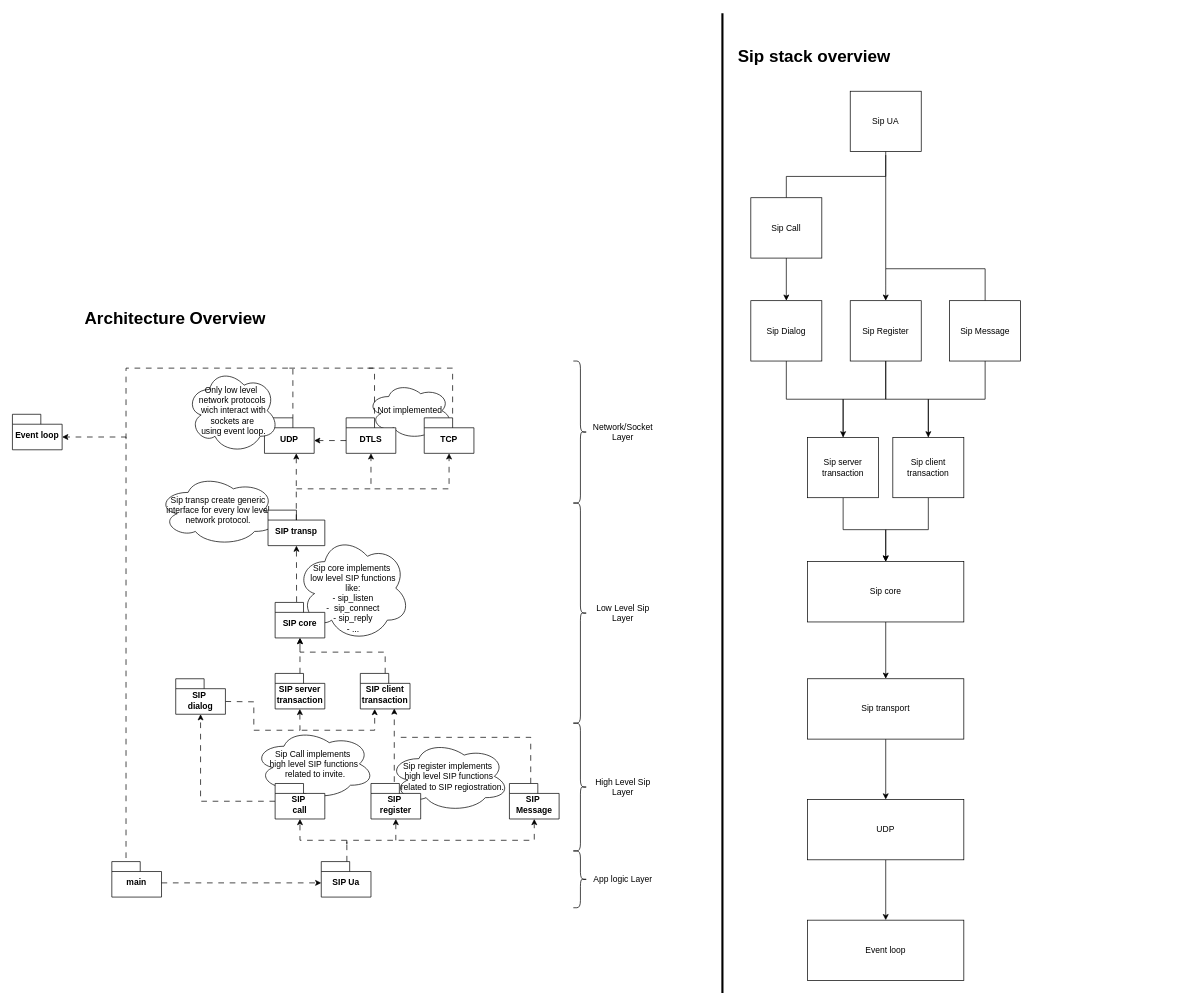
Earlier version of the draw.io diagram page "Architecture overview" (1 of 2) of docs/architecture.drawio (KubaTaba1uga/c_minilib_sip_ua). Source tidied: cells renumbered, new cells numbered last; positions are measured from the earlier drawing's top-left corner, leaving out a move shared by most shapes. Both pictures are drawn from the tidied source at 71%, with x=0, y=0 at pixel (12, 13).
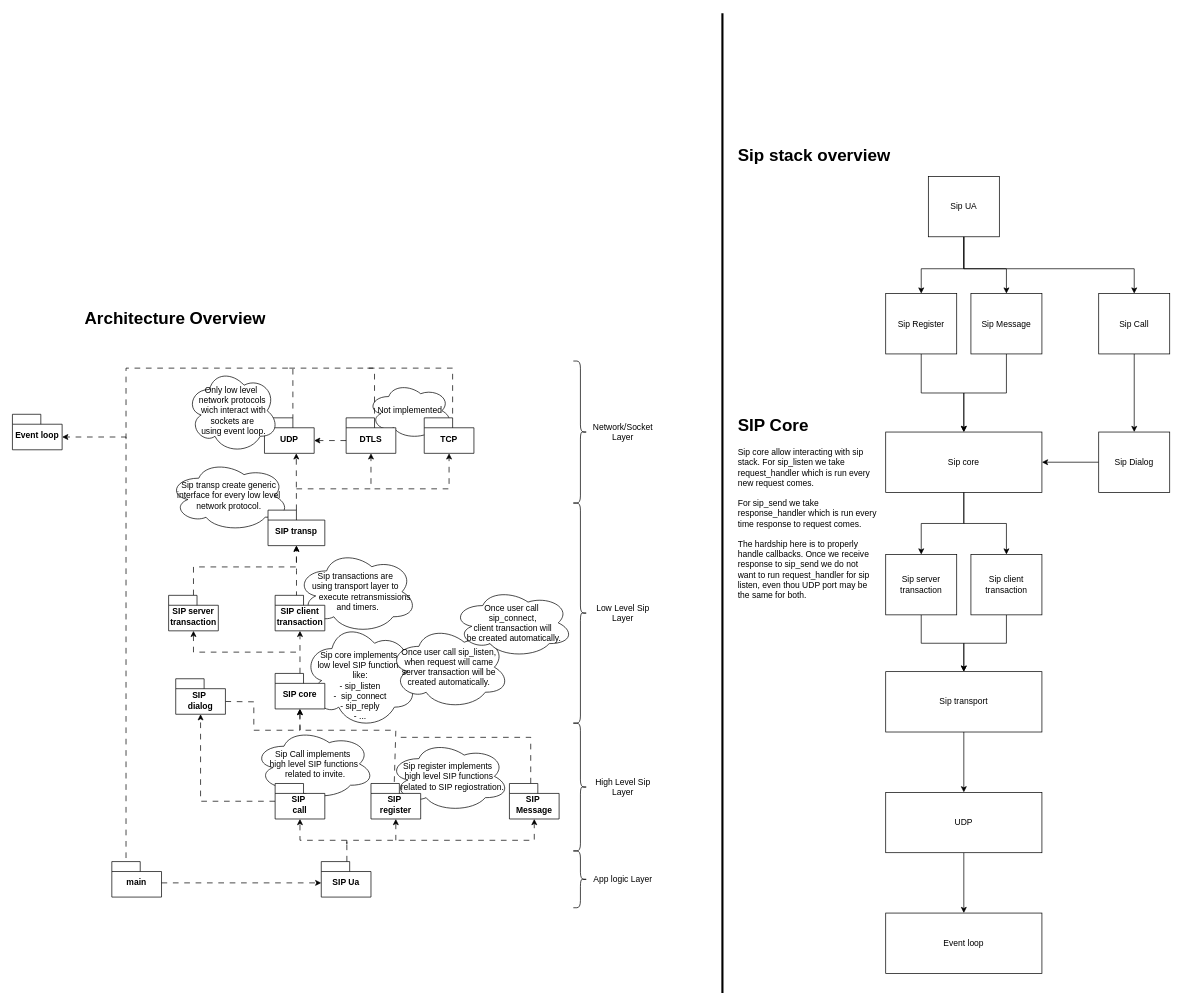
The same diagram, later.

Unchanged cells that the change refers to:
```xml
<mxCell id="20" value="SIP transp" style="shape=folder;fontStyle=1;spacingTop=10;tabWidth=40;tabHeight=14;tabPosition=left;html=1;whiteSpace=wrap;" parent="1" vertex="1">
  <mxGeometry x="360" y="700" width="80" height="50" as="geometry" />
</mxCell>
<mxCell id="45" value="SIP&amp;nbsp;&lt;div&gt;register&lt;/div&gt;" style="shape=folder;fontStyle=1;spacingTop=10;tabWidth=40;tabHeight=14;tabPosition=left;html=1;whiteSpace=wrap;" parent="1" vertex="1">
  <mxGeometry x="505" y="1085" width="70" height="50" as="geometry" />
</mxCell>
```

Change to the diagram source:
```diff
@@
+    <mxCell id="82" value="Sip transactions are&amp;nbsp;&lt;div&gt;using transport layer to&amp;nbsp;&lt;div&gt;&amp;nbsp; &amp;nbsp; &amp;nbsp; &amp;nbsp;execute retransmissions&lt;/div&gt;&lt;div&gt;&amp;nbsp;and timers.&lt;/div&gt;&lt;/div&gt;" style="ellipse;shape=cloud;whiteSpace=wrap;html=1;" parent="1" vertex="1">
+      <mxGeometry x="400" y="756.2" width="170" height="117.5" as="geometry" />
+    </mxCell>
@@
     <mxCell id="3" value="&lt;h1 style=&quot;margin-top: 0px;&quot;&gt;Sip stack overview&lt;/h1&gt;" style="text;html=1;whiteSpace=wrap;overflow=hidden;rounded=0;" parent="1" vertex="1">
-      <mxGeometry x="1020" y="40" width="260" height="120" as="geometry" />
+      <mxGeometry x="1020" y="180" width="260" height="120" as="geometry" />
     </mxCell>
-    <mxCell id="4" style="edgeStyle=orthogonalEdgeStyle;rounded=0;jettySize=auto;html=1;" parent="1" edge="1" source="5" target="7">
-      <mxGeometry relative="1" as="geometry" />
-    </mxCell>
+    <mxCell id="83" style="edgeStyle=orthogonalEdgeStyle;rounded=0;jettySize=auto;html=1;" parent="1" edge="1" source="5" target="69">
+      <mxGeometry relative="1" as="geometry" />
+    </mxCell>
     <mxCell id="5" value="Sip core" style="rounded=0;whiteSpace=wrap;html=1;" parent="1" vertex="1">
-      <mxGeometry x="1120" y="772.5" width="220" height="85" as="geometry" />
+      <mxGeometry x="1230" y="590" width="220" height="85" as="geometry" />
     </mxCell>
@@
     <mxCell id="7" value="Sip transport" style="rounded=0;whiteSpace=wrap;html=1;" parent="1" vertex="1">
-      <mxGeometry x="1120" y="937.5" width="220" height="85" as="geometry" />
+      <mxGeometry x="1230" y="927.5" width="220" height="85" as="geometry" />
     </mxCell>
@@
     <mxCell id="9" value="UDP" style="rounded=0;whiteSpace=wrap;html=1;" parent="1" vertex="1">
-      <mxGeometry x="1120" y="1107.5" width="220" height="85" as="geometry" />
+      <mxGeometry x="1230" y="1097.5" width="220" height="85" as="geometry" />
     </mxCell>
     <mxCell id="10" value="Event loop" style="rounded=0;whiteSpace=wrap;html=1;" parent="1" vertex="1">
-      <mxGeometry x="1120" y="1277.5" width="220" height="85" as="geometry" />
+      <mxGeometry x="1230" y="1267.5" width="220" height="85" as="geometry" />
     </mxCell>
@@
     <mxCell id="13" value="Sip transp create generic interface for every low level network protocol&lt;span style=&quot;background-color: transparent; color: light-dark(rgb(0, 0, 0), rgb(255, 255, 255));&quot;&gt;.&lt;/span&gt;" style="ellipse;shape=cloud;whiteSpace=wrap;html=1;" parent="1" vertex="1">
-      <mxGeometry x="205" y="650" width="170" height="100" as="geometry" />
+      <mxGeometry x="220" y="630" width="170" height="100" as="geometry" />
     </mxCell>
@@
     <mxCell id="15" value="&lt;div&gt;&lt;br&gt;&lt;/div&gt;&lt;div&gt;&lt;br&gt;&lt;/div&gt;Sip core implements&amp;nbsp;&lt;div&gt;low level SIP functions&lt;/div&gt;&lt;div&gt;&amp;nbsp;like:&amp;nbsp;&lt;/div&gt;&lt;div&gt;- sip_listen&lt;/div&gt;&lt;div&gt;-&amp;nbsp; sip_connect&lt;/div&gt;&lt;div&gt;- sip_reply&lt;/div&gt;&lt;div&gt;- ...&lt;/div&gt;" style="ellipse;shape=cloud;whiteSpace=wrap;html=1;" parent="1" vertex="1">
-      <mxGeometry x="400" y="735" width="160" height="150" as="geometry" />
+      <mxGeometry x="410" y="857.5" width="160" height="150" as="geometry" />
     </mxCell>
@@
+    <mxCell id="84" style="edgeStyle=orthogonalEdgeStyle;rounded=0;jettySize=auto;html=1;dashed=1;dashPattern=8 8;strokeColor=default;align=center;verticalAlign=middle;fontFamily=Helvetica;fontSize=11;fontColor=default;labelBackgroundColor=default;endArrow=classic;" parent="1" edge="1" source="19" target="49">
+      <mxGeometry relative="1" as="geometry" />
+    </mxCell>
     <mxCell id="19" value="SIP core" style="shape=folder;fontStyle=1;spacingTop=10;tabWidth=40;tabHeight=14;tabPosition=left;html=1;whiteSpace=wrap;" parent="1" vertex="1">
-      <mxGeometry x="370" y="830" width="70" height="50" as="geometry" />
+      <mxGeometry x="370" y="930" width="70" height="50" as="geometry" />
     </mxCell>
@@
-    <mxCell id="22" style="edgeStyle=orthogonalEdgeStyle;rounded=0;jettySize=auto;html=1;endArrow=classic;startFill=0;dashed=1;dashPattern=8 8;strokeColor=default;align=center;verticalAlign=middle;fontFamily=Helvetica;fontSize=11;fontColor=default;labelBackgroundColor=default;entryX=0.289;entryY=1.003;entryDx=0;entryDy=0;entryPerimeter=0;endFill=1;" parent="1" edge="1" target="49">
-      <mxGeometry relative="1" as="geometry">
-        <mxPoint x="407.5" y="1010" as="sourcePoint" />
-        <Array as="points">
-          <mxPoint x="510" y="1010" />
-        </Array>
-      </mxGeometry>
-    </mxCell>
@@
-    <mxCell id="32" style="endArrow=classic;html=1;rounded=0;dashed=1;dashPattern=8 8;strokeColor=default;align=center;verticalAlign=middle;fontFamily=Helvetica;fontSize=11;fontColor=default;labelBackgroundColor=default;exitX=0.432;exitY=-0.013;exitDx=0;exitDy=0;exitPerimeter=0;" parent="1" edge="1" source="19">
-      <mxGeometry relative="1" as="geometry">
-        <mxPoint x="400" y="750" as="targetPoint" />
-      </mxGeometry>
-    </mxCell>
-    <mxCell id="33" style="endArrow=classic;html=1;rounded=0;entryX=0.568;entryY=1.008;entryDx=0;entryDy=0;entryPerimeter=0;dashed=1;dashPattern=8 8;strokeColor=default;align=center;verticalAlign=middle;fontFamily=Helvetica;fontSize=11;fontColor=default;labelBackgroundColor=default;exitX=0;exitY=0;exitDx=40;exitDy=14;exitPerimeter=0;" parent="1" edge="1">
+    <mxCell id="33" style="endArrow=classic;html=1;rounded=0;entryX=0.568;entryY=1.008;entryDx=0;entryDy=0;entryPerimeter=0;dashed=1;dashPattern=8 8;strokeColor=default;align=center;verticalAlign=middle;fontFamily=Helvetica;fontSize=11;fontColor=default;labelBackgroundColor=default;exitX=0;exitY=0;exitDx=40;exitDy=0;exitPerimeter=0;" parent="1" edge="1" source="20">
       <mxGeometry relative="1" as="geometry">
-        <mxPoint x="399.8" y="714" as="sourcePoint" />
         <mxPoint x="399.8" y="620" as="targetPoint" />
       </mxGeometry>
     </mxCell>
@@
-    <mxCell id="46" style="edgeStyle=orthogonalEdgeStyle;rounded=0;jettySize=auto;html=1;dashed=1;dashPattern=8 8;strokeColor=default;align=center;verticalAlign=middle;fontFamily=Helvetica;fontSize=11;fontColor=default;labelBackgroundColor=default;endArrow=classic;" parent="1" edge="1" source="47" target="19">
-      <mxGeometry relative="1" as="geometry" />
-    </mxCell>
-    <mxCell id="47" value="SIP server&lt;div&gt;transaction&lt;/div&gt;" style="shape=folder;fontStyle=1;spacingTop=10;tabWidth=40;tabHeight=14;tabPosition=left;html=1;whiteSpace=wrap;" parent="1" vertex="1">
-      <mxGeometry x="370" y="930" width="70" height="50" as="geometry" />
-    </mxCell>
-    <mxCell id="48" style="edgeStyle=orthogonalEdgeStyle;rounded=0;jettySize=auto;html=1;entryX=0.5;entryY=1;entryDx=0;entryDy=0;entryPerimeter=0;dashed=1;dashPattern=8 8;strokeColor=default;align=center;verticalAlign=middle;fontFamily=Helvetica;fontSize=11;fontColor=default;labelBackgroundColor=default;endArrow=classic;" parent="1" edge="1" source="49" target="19">
-      <mxGeometry relative="1" as="geometry">
-        <Array as="points">
-          <mxPoint x="525" y="900" />
-          <mxPoint x="405" y="900" />
-        </Array>
-      </mxGeometry>
-    </mxCell>
-    <mxCell id="49" value="SIP client&lt;div&gt;transaction&lt;/div&gt;" style="shape=folder;fontStyle=1;spacingTop=10;tabWidth=40;tabHeight=14;tabPosition=left;html=1;whiteSpace=wrap;" parent="1" vertex="1">
-      <mxGeometry x="490" y="930" width="70" height="50" as="geometry" />
-    </mxCell>
-    <mxCell id="50" style="endArrow=classic;html=1;rounded=0;dashed=1;dashPattern=8 8;strokeColor=default;align=center;verticalAlign=middle;fontFamily=Helvetica;fontSize=11;fontColor=default;labelBackgroundColor=default;exitX=0.469;exitY=-0.044;exitDx=0;exitDy=0;exitPerimeter=0;entryX=0.683;entryY=0.987;entryDx=0;entryDy=0;entryPerimeter=0;" parent="1" edge="1" source="45" target="49">
-      <mxGeometry relative="1" as="geometry" />
+    <mxCell id="50" style="endArrow=classic;html=1;rounded=0;dashed=1;dashPattern=8 8;strokeColor=default;align=center;verticalAlign=middle;fontFamily=Helvetica;fontSize=11;fontColor=default;labelBackgroundColor=default;exitX=0.469;exitY=-0.044;exitDx=0;exitDy=0;exitPerimeter=0;entryX=0.5;entryY=1;entryDx=0;entryDy=0;entryPerimeter=0;" parent="1" edge="1" source="45" target="19">
+      <mxGeometry relative="1" as="geometry">
+        <Array as="points">
+          <mxPoint x="540" y="1010" />
+          <mxPoint x="405" y="1010" />
+        </Array>
+      </mxGeometry>
     </mxCell>
@@
+    <mxCell id="85" style="edgeStyle=orthogonalEdgeStyle;rounded=0;jettySize=auto;html=1;" parent="1" edge="1" source="66" target="7">
+      <mxGeometry relative="1" as="geometry" />
+    </mxCell>
-    <mxCell id="64" style="edgeStyle=orthogonalEdgeStyle;rounded=0;jettySize=auto;html=1;" parent="1" edge="1" source="66" target="5">
+    <mxCell id="64" style="edgeStyle=orthogonalEdgeStyle;rounded=0;jettySize=auto;html=1;endArrow=none;startFill=1;startArrow=classic;" parent="1" edge="1" source="66" target="5">
       <mxGeometry relative="1" as="geometry" />
     </mxCell>
-    <mxCell id="65" style="edgeStyle=orthogonalEdgeStyle;rounded=0;jettySize=auto;html=1;endArrow=none;startFill=0;" parent="1" edge="1" source="66" target="74">
-      <mxGeometry relative="1" as="geometry" />
-    </mxCell>
     <mxCell id="66" value="Sip server transaction" style="rounded=0;whiteSpace=wrap;html=1;" parent="1" vertex="1">
-      <mxGeometry x="1120" y="597.5" width="100" height="85" as="geometry" />
+      <mxGeometry x="1230" y="762.5" width="100" height="85" as="geometry" />
     </mxCell>
-    <mxCell id="67" style="edgeStyle=orthogonalEdgeStyle;rounded=0;jettySize=auto;html=1;" parent="1" edge="1" source="69" target="5">
-      <mxGeometry relative="1" as="geometry" />
-    </mxCell>
-    <mxCell id="68" style="edgeStyle=orthogonalEdgeStyle;rounded=0;jettySize=auto;html=1;entryX=0.5;entryY=1;entryDx=0;entryDy=0;endArrow=none;startFill=0;" parent="1" edge="1" source="69" target="74">
-      <mxGeometry relative="1" as="geometry" />
-    </mxCell>
+    <mxCell id="86" style="edgeStyle=orthogonalEdgeStyle;rounded=0;jettySize=auto;html=1;" parent="1" edge="1" source="69" target="7">
+      <mxGeometry relative="1" as="geometry" />
+    </mxCell>
     <mxCell id="69" value="Sip client transaction" style="rounded=0;whiteSpace=wrap;html=1;" parent="1" vertex="1">
-      <mxGeometry x="1240" y="597.5" width="100" height="85" as="geometry" />
+      <mxGeometry x="1350" y="762.5" width="100" height="85" as="geometry" />
     </mxCell>
-    <mxCell id="70" style="edgeStyle=orthogonalEdgeStyle;rounded=0;jettySize=auto;html=1;" parent="1" edge="1" source="72" target="66">
-      <mxGeometry relative="1" as="geometry" />
-    </mxCell>
-    <mxCell id="71" style="edgeStyle=orthogonalEdgeStyle;rounded=0;jettySize=auto;html=1;endArrow=none;startFill=1;startArrow=classic;entryX=0.5;entryY=1;entryDx=0;entryDy=0;" parent="1" edge="1" source="72" target="80">
-      <mxGeometry relative="1" as="geometry">
-        <Array as="points">
-          <mxPoint x="1090" y="340" />
-          <mxPoint x="1090" y="340" />
-        </Array>
-      </mxGeometry>
-    </mxCell>
+    <mxCell id="87" style="edgeStyle=orthogonalEdgeStyle;rounded=0;jettySize=auto;html=1;" parent="1" edge="1" source="72" target="5">
+      <mxGeometry relative="1" as="geometry" />
+    </mxCell>
     <mxCell id="72" value="Sip Dialog" style="rounded=0;whiteSpace=wrap;html=1;" parent="1" vertex="1">
-      <mxGeometry x="1040" y="405" width="100" height="85" as="geometry" />
+      <mxGeometry x="1530" y="590" width="100" height="85" as="geometry" />
     </mxCell>
-    <mxCell id="73" style="edgeStyle=orthogonalEdgeStyle;rounded=0;jettySize=auto;html=1;endArrow=none;startFill=1;startArrow=classic;" parent="1" edge="1" source="74">
-      <mxGeometry relative="1" as="geometry">
-        <mxPoint x="1230" y="360" as="targetPoint" />
-      </mxGeometry>
-    </mxCell>
+    <mxCell id="88" style="edgeStyle=orthogonalEdgeStyle;rounded=0;jettySize=auto;html=1;" parent="1" edge="1" source="74" target="5">
+      <mxGeometry relative="1" as="geometry" />
+    </mxCell>
+    <mxCell id="89" style="edgeStyle=orthogonalEdgeStyle;rounded=0;jettySize=auto;html=1;startArrow=classic;startFill=1;endArrow=none;" parent="1" edge="1" source="74" target="78">
+      <mxGeometry relative="1" as="geometry">
+        <Array as="points">
+          <mxPoint x="1280" y="360" />
+          <mxPoint x="1340" y="360" />
+        </Array>
+      </mxGeometry>
+    </mxCell>
     <mxCell id="74" value="Sip Register" style="rounded=0;whiteSpace=wrap;html=1;" parent="1" vertex="1">
-      <mxGeometry x="1180" y="405" width="100" height="85" as="geometry" />
+      <mxGeometry x="1230" y="395" width="100" height="85" as="geometry" />
     </mxCell>
-    <mxCell id="75" style="edgeStyle=orthogonalEdgeStyle;rounded=0;jettySize=auto;html=1;" parent="1" edge="1" source="77" target="69">
-      <mxGeometry relative="1" as="geometry" />
-    </mxCell>
-    <mxCell id="76" style="edgeStyle=orthogonalEdgeStyle;rounded=0;jettySize=auto;html=1;endArrow=none;startFill=0;startArrow=none;" parent="1" edge="1" source="77">
-      <mxGeometry relative="1" as="geometry">
-        <mxPoint x="1230" y="200" as="targetPoint" />
-        <Array as="points">
-          <mxPoint x="1370" y="360" />
-        </Array>
-      </mxGeometry>
-    </mxCell>
+    <mxCell id="90" style="edgeStyle=orthogonalEdgeStyle;rounded=0;jettySize=auto;html=1;" parent="1" edge="1" source="77" target="5">
+      <mxGeometry relative="1" as="geometry" />
+    </mxCell>
     <mxCell id="77" value="Sip Message" style="rounded=0;whiteSpace=wrap;html=1;" parent="1" vertex="1">
-      <mxGeometry x="1320" y="405" width="100" height="85" as="geometry" />
+      <mxGeometry x="1350" y="395" width="100" height="85" as="geometry" />
     </mxCell>
+    <mxCell id="91" style="edgeStyle=orthogonalEdgeStyle;rounded=0;jettySize=auto;html=1;" parent="1" edge="1" source="78" target="77">
+      <mxGeometry relative="1" as="geometry">
+        <Array as="points">
+          <mxPoint x="1340" y="360" />
+          <mxPoint x="1400" y="360" />
+        </Array>
+      </mxGeometry>
+    </mxCell>
     <mxCell id="78" value="Sip UA" style="rounded=0;whiteSpace=wrap;html=1;" parent="1" vertex="1">
-      <mxGeometry x="1180" y="110" width="100" height="85" as="geometry" />
+      <mxGeometry x="1290" y="230" width="100" height="85" as="geometry" />
     </mxCell>
-    <mxCell id="79" style="edgeStyle=orthogonalEdgeStyle;rounded=0;jettySize=auto;html=1;entryX=0.5;entryY=1;entryDx=0;entryDy=0;endArrow=none;startFill=0;" parent="1" edge="1" source="80" target="78">
-      <mxGeometry relative="1" as="geometry">
-        <Array as="points">
-          <mxPoint x="1090" y="230" />
-          <mxPoint x="1230" y="230" />
-        </Array>
-      </mxGeometry>
-    </mxCell>
+    <mxCell id="92" style="edgeStyle=orthogonalEdgeStyle;rounded=0;jettySize=auto;html=1;" parent="1" edge="1" source="80" target="72">
+      <mxGeometry relative="1" as="geometry" />
+    </mxCell>
     <mxCell id="80" value="Sip Call" style="rounded=0;whiteSpace=wrap;html=1;" parent="1" vertex="1">
-      <mxGeometry x="1040" y="260" width="100" height="85" as="geometry" />
+      <mxGeometry x="1530" y="395" width="100" height="85" as="geometry" />
     </mxCell>
@@
+    <mxCell id="93" style="edgeStyle=orthogonalEdgeStyle;rounded=0;jettySize=auto;html=1;endArrow=none;startFill=1;startArrow=classic;dashed=1;dashPattern=8 8;strokeColor=default;align=center;verticalAlign=middle;fontFamily=Helvetica;fontSize=11;fontColor=default;labelBackgroundColor=default;" parent="1" edge="1" source="47">
+      <mxGeometry relative="1" as="geometry">
+        <mxPoint x="405" y="900" as="targetPoint" />
+        <Array as="points">
+          <mxPoint x="255" y="900" />
+          <mxPoint x="405" y="900" />
+        </Array>
+      </mxGeometry>
+    </mxCell>
+    <mxCell id="94" style="edgeStyle=orthogonalEdgeStyle;rounded=0;jettySize=auto;html=1;entryX=0.5;entryY=1;entryDx=0;entryDy=0;entryPerimeter=0;dashed=1;dashPattern=8 8;strokeColor=default;align=center;verticalAlign=middle;fontFamily=Helvetica;fontSize=11;fontColor=default;labelBackgroundColor=default;endArrow=classic;" parent="1" edge="1" source="47" target="20">
+      <mxGeometry relative="1" as="geometry">
+        <Array as="points">
+          <mxPoint x="255" y="780" />
+          <mxPoint x="400" y="780" />
+        </Array>
+      </mxGeometry>
+    </mxCell>
+    <mxCell id="47" value="SIP server&lt;div&gt;transaction&lt;/div&gt;" style="shape=folder;fontStyle=1;spacingTop=10;tabWidth=40;tabHeight=14;tabPosition=left;html=1;whiteSpace=wrap;" parent="1" vertex="1">
+      <mxGeometry x="220" y="820" width="70" height="50" as="geometry" />
+    </mxCell>
+    <mxCell id="95" style="edgeStyle=orthogonalEdgeStyle;rounded=0;jettySize=auto;html=1;exitX=0.43;exitY=0.048;exitDx=0;exitDy=0;exitPerimeter=0;dashed=1;dashPattern=8 8;strokeColor=default;align=center;verticalAlign=middle;fontFamily=Helvetica;fontSize=11;fontColor=default;labelBackgroundColor=default;endArrow=classic;" parent="1" edge="1" source="49" target="20">
+      <mxGeometry relative="1" as="geometry" />
+    </mxCell>
+    <mxCell id="49" value="SIP client&lt;div&gt;transaction&lt;/div&gt;" style="shape=folder;fontStyle=1;spacingTop=10;tabWidth=40;tabHeight=14;tabPosition=left;html=1;whiteSpace=wrap;" parent="1" vertex="1">
+      <mxGeometry x="370" y="820" width="70" height="50" as="geometry" />
+    </mxCell>
+    <mxCell id="96" value="Once user call&amp;nbsp;&lt;span style=&quot;background-color: transparent; color: light-dark(rgb(0, 0, 0), rgb(255, 255, 255));&quot;&gt;sip_listen,&lt;/span&gt;&lt;div&gt;when request will came&lt;/div&gt;&lt;div&gt;server transaction will be created automatically.&lt;/div&gt;" style="ellipse;shape=cloud;whiteSpace=wrap;html=1;" parent="1" vertex="1">
+      <mxGeometry x="530" y="862.5" width="170" height="117.5" as="geometry" />
+    </mxCell>
+    <mxCell id="97" value="Once user call&amp;nbsp;&lt;div&gt;&lt;span style=&quot;background-color: transparent; color: light-dark(rgb(0, 0, 0), rgb(255, 255, 255));&quot;&gt;sip_connect,&lt;/span&gt;&lt;div&gt;&lt;span style=&quot;background-color: transparent; color: light-dark(rgb(0, 0, 0), rgb(255, 255, 255));&quot;&gt;client transaction will&lt;/span&gt;&lt;/div&gt;&lt;div&gt;&lt;span style=&quot;background-color: transparent; color: light-dark(rgb(0, 0, 0), rgb(255, 255, 255));&quot;&gt;&amp;nbsp;be created automatically.&lt;/span&gt;&lt;/div&gt;&lt;/div&gt;" style="ellipse;shape=cloud;whiteSpace=wrap;html=1;" parent="1" vertex="1">
+      <mxGeometry x="620" y="810" width="170" height="97.5" as="geometry" />
+    </mxCell>
+    <mxCell id="79" style="endArrow=none;html=1;rounded=0;exitX=0.5;exitY=0;exitDx=0;exitDy=0;entryX=0.5;entryY=1;entryDx=0;entryDy=0;startFill=1;startArrow=classic;" parent="1" edge="1" source="80" target="78">
+      <mxGeometry relative="1" as="geometry">
+        <Array as="points">
+          <mxPoint x="1580" y="360" />
+          <mxPoint x="1400" y="360" />
+          <mxPoint x="1340" y="360" />
+        </Array>
+      </mxGeometry>
+    </mxCell>
+    <mxCell id="98" value="&lt;h1 style=&quot;margin-top: 0px;&quot;&gt;SIP Core&lt;/h1&gt;&lt;div&gt;Sip core allow interacting with sip stack. For sip_listen we take request_handler which is run every new request comes.&lt;/div&gt;&lt;div&gt;&lt;br&gt;&lt;/div&gt;&lt;div&gt;For sip_send we take response_handler which is run every time response to request comes.&lt;/div&gt;&lt;div&gt;&lt;br&gt;&lt;/div&gt;&lt;div&gt;The hardship here is to properly handle callbacks. Once we receive response to sip_send we do not want to run request_handler for sip listen, even thou UDP port may be the same for both.&lt;/div&gt;&lt;div&gt;&lt;br&gt;&lt;/div&gt;" style="text;html=1;whiteSpace=wrap;overflow=hidden;rounded=0;" parent="1" vertex="1">
+      <mxGeometry x="1020" y="560" width="200" height="294" as="geometry" />
+    </mxCell>
```
